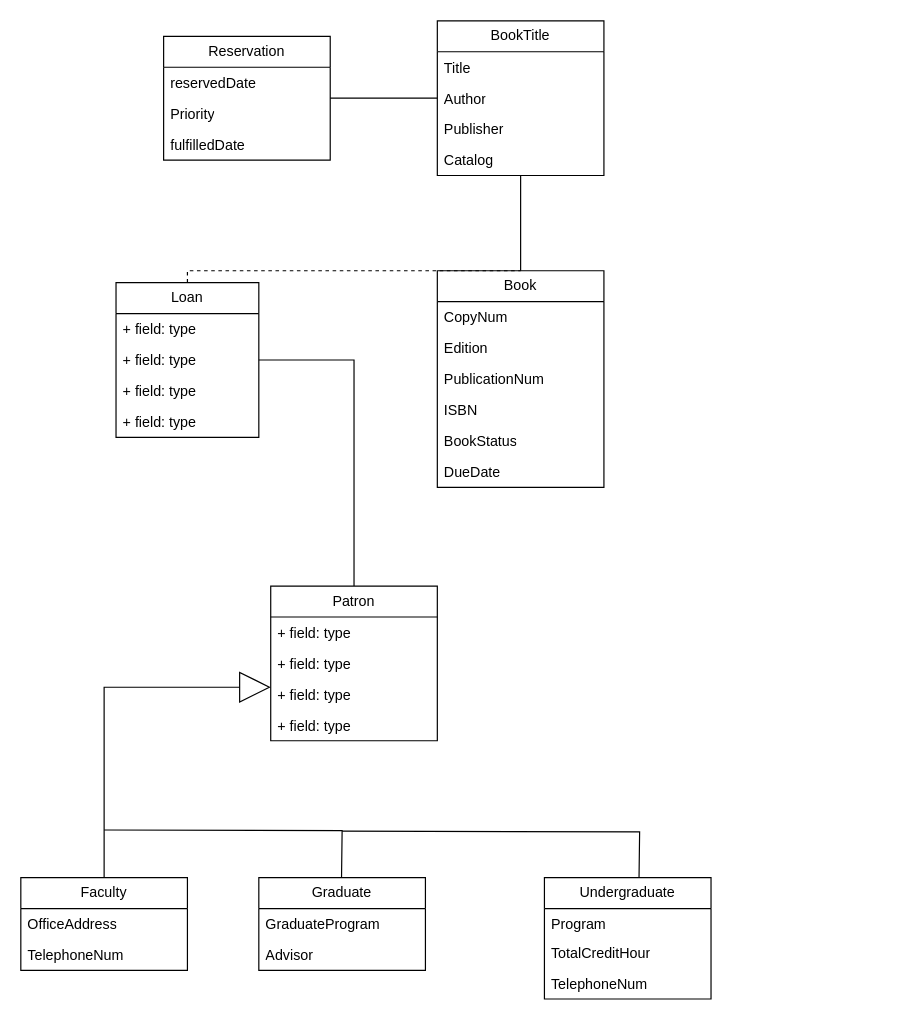
Before: Question6A.drawio in LordDdanielHan/test, a draw.io diagram. Source tidied: cells renumbered, new cells numbered last; positions are measured from the earlier drawing's top-left corner, leaving out a move shared by most shapes. Both pictures are drawn from the tidied source at 119%, with x=0, y=0 at pixel (20, 20).
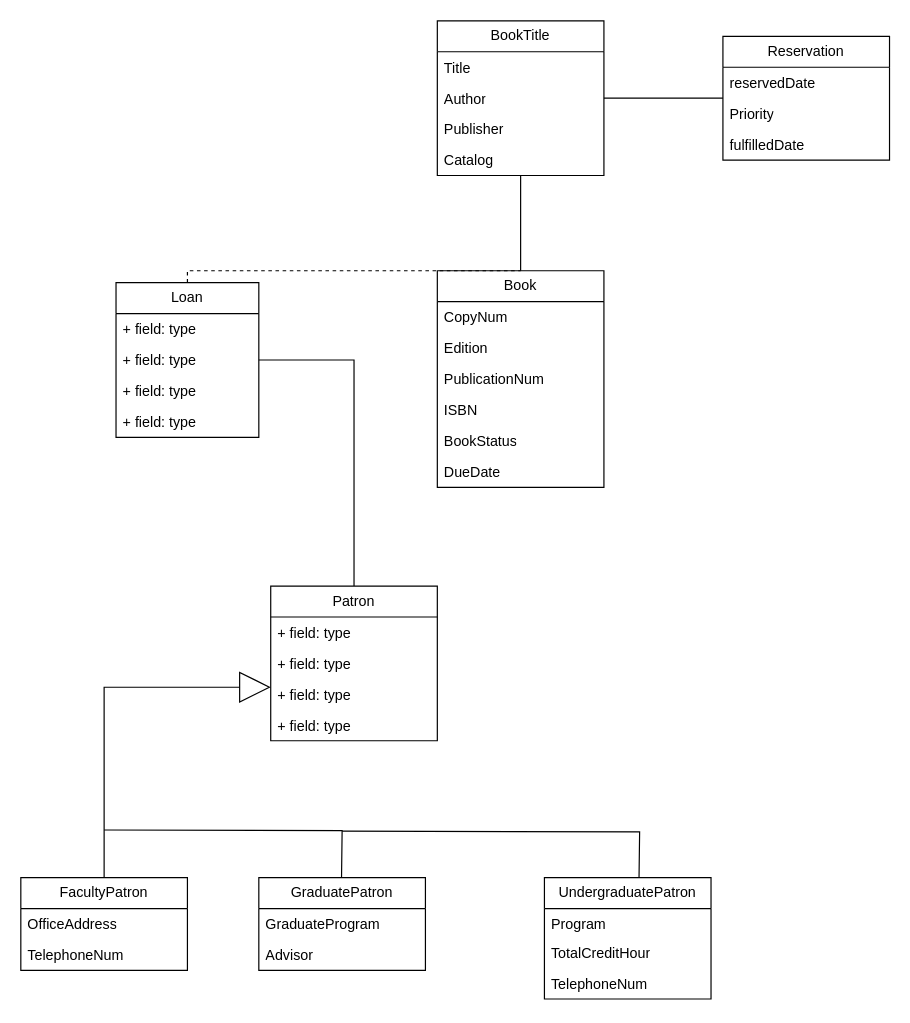
The same page after the edit.

The edit, as a diff of the source:
```diff
@@
     <mxCell id="9" value="Reservation" style="swimlane;fontStyle=0;horizontal=1;startSize=26;fillColor=none;whiteSpace=wrap;html=1;" parent="1" vertex="1">
-      <mxGeometry x="120" y="13" width="140" height="104" as="geometry" />
+      <mxGeometry x="590" y="13" width="140" height="104" as="geometry" />
     </mxCell>
@@
-    <mxCell id="33" value="Faculty" style="swimlane;fontStyle=0;horizontal=1;startSize=26;fillColor=none;whiteSpace=wrap;html=1;" parent="1" vertex="1">
+    <mxCell id="33" value="FacultyPatron" style="swimlane;fontStyle=0;horizontal=1;startSize=26;fillColor=none;whiteSpace=wrap;html=1;" parent="1" vertex="1">
       <mxGeometry y="720" width="140" height="78" as="geometry" />
     </mxCell>
@@
-    <mxCell id="36" value="Graduate" style="swimlane;fontStyle=0;horizontal=1;startSize=26;fillColor=none;whiteSpace=wrap;html=1;" parent="1" vertex="1">
+    <mxCell id="36" value="GraduatePatron" style="swimlane;fontStyle=0;horizontal=1;startSize=26;fillColor=none;whiteSpace=wrap;html=1;" parent="1" vertex="1">
       <mxGeometry x="200" y="720" width="140" height="78" as="geometry" />
     </mxCell>
@@
-    <mxCell id="39" value="Undergraduate" style="swimlane;fontStyle=0;horizontal=1;startSize=26;fillColor=none;whiteSpace=wrap;html=1;" parent="1" vertex="1">
+    <mxCell id="39" value="UndergraduatePatron" style="swimlane;fontStyle=0;horizontal=1;startSize=26;fillColor=none;whiteSpace=wrap;html=1;" parent="1" vertex="1">
       <mxGeometry x="440" y="720" width="140" height="102" as="geometry" />
     </mxCell>
```
